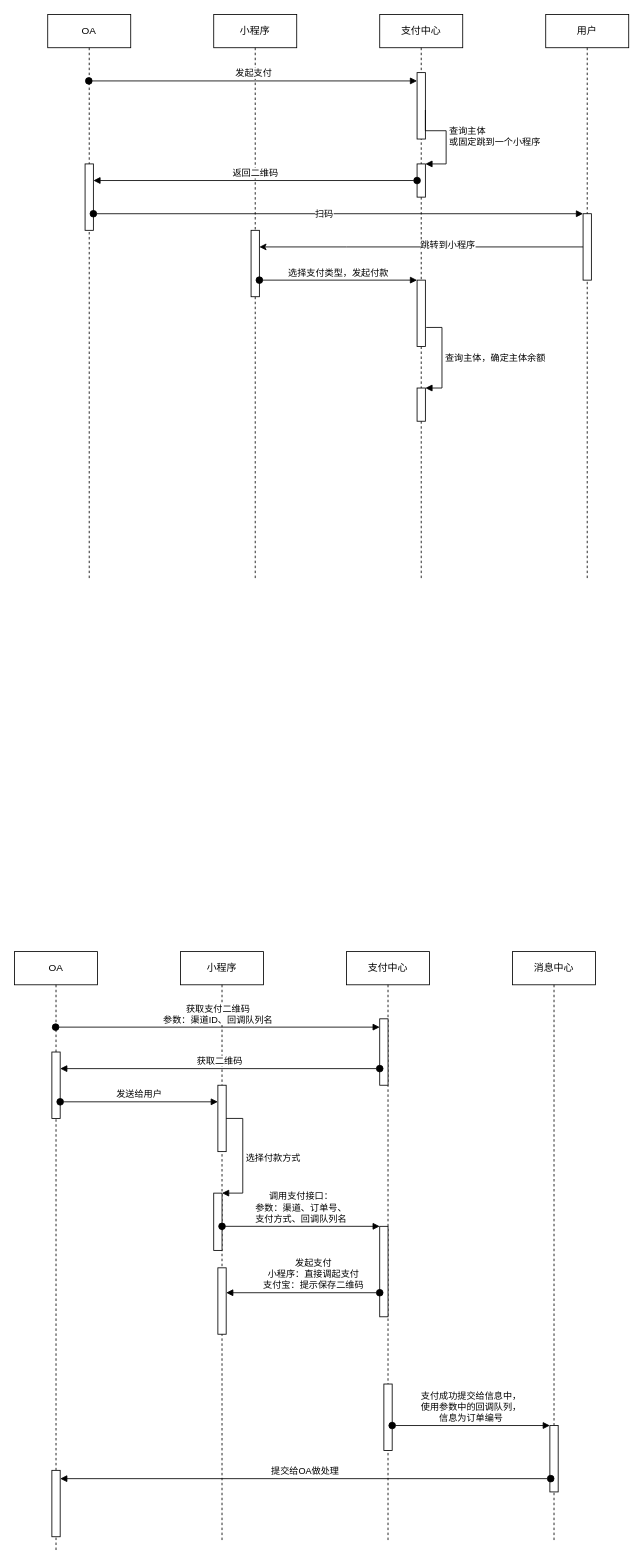
Earlier version of the draw.io diagram 未命名绘图.drawio (canonnk/draw.io.repository). Source tidied: cells renumbered, new cells numbered last; positions are measured from the earlier drawing's top-left corner, leaving out a move shared by most shapes. Both pictures are drawn from the tidied source at 83%, with x=0, y=0 at pixel (14, 14).
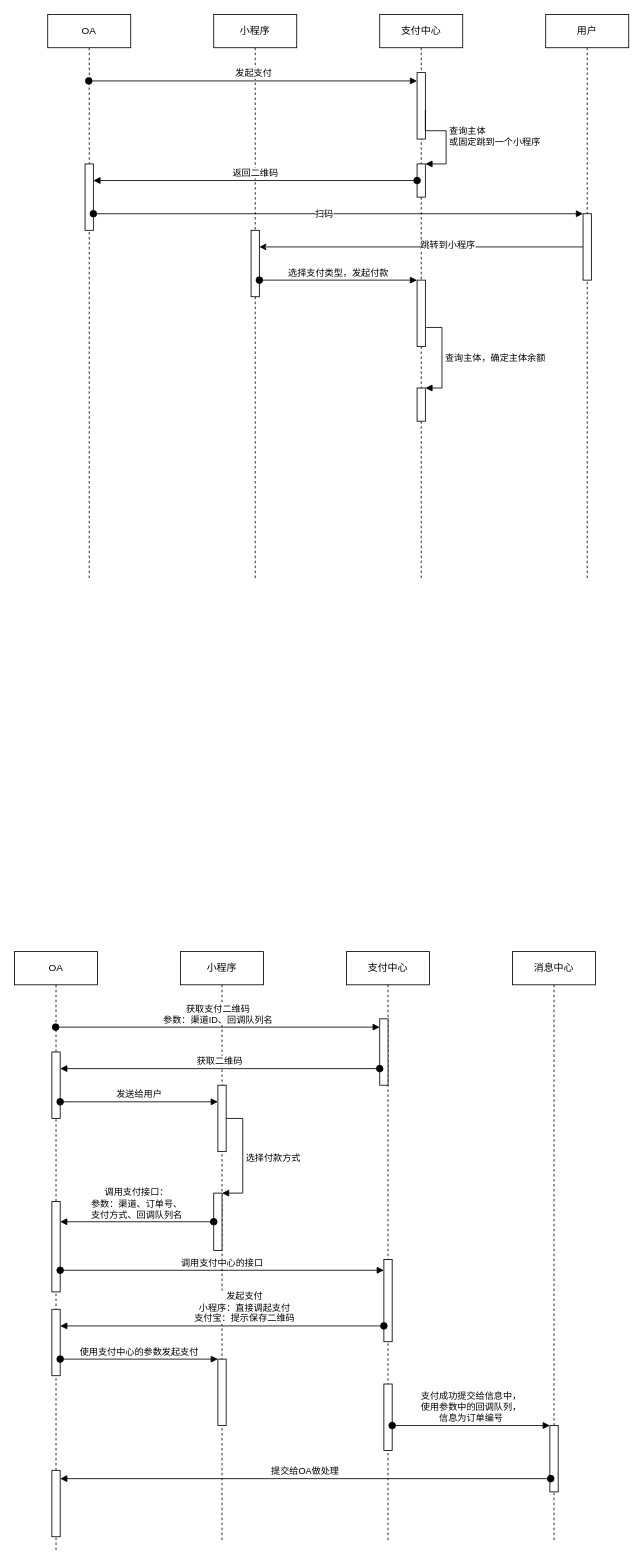
The same page after the edit.

Unchanged cells that the change refers to:
```xml
<mxCell id="22" value="OA" style="shape=umlLifeline;perimeter=lifelinePerimeter;whiteSpace=wrap;html=1;outlineConnect=0;" parent="1" vertex="1">
  <mxGeometry y="1129" width="100" height="721" as="geometry" />
</mxCell>
<mxCell id="25" value="小程序" style="shape=umlLifeline;perimeter=lifelinePerimeter;whiteSpace=wrap;html=1;" parent="1" vertex="1">
  <mxGeometry x="200" y="1129" width="100" height="711" as="geometry" />
</mxCell>
<mxCell id="30" value="支付中心" style="shape=umlLifeline;perimeter=lifelinePerimeter;whiteSpace=wrap;html=1;" parent="1" vertex="1">
  <mxGeometry x="400" y="1129" width="100" height="711" as="geometry" />
</mxCell>
```

The edit, as a diff of the source:
```diff
@@
+    <mxCell id="32" style="html=1;points=[];perimeter=orthogonalPerimeter;" parent="22" vertex="1">
+      <mxGeometry x="45" y="301" width="10" height="109" as="geometry" />
+    </mxCell>
+    <mxCell id="29" style="html=1;points=[];perimeter=orthogonalPerimeter;" parent="22" vertex="1">
+      <mxGeometry x="45" y="431" width="10" height="80" as="geometry" />
+    </mxCell>
@@
-    <mxCell id="29" style="html=1;points=[];perimeter=orthogonalPerimeter;" parent="25" vertex="1">
-      <mxGeometry x="45" y="381" width="10" height="80" as="geometry" />
-    </mxCell>
+    <mxCell id="43" style="html=1;points=[];perimeter=orthogonalPerimeter;" parent="25" vertex="1">
+      <mxGeometry x="45" y="491" width="10" height="80" as="geometry" />
+    </mxCell>
@@
-    <mxCell id="32" style="html=1;points=[];perimeter=orthogonalPerimeter;" parent="30" vertex="1">
-      <mxGeometry x="40" y="331" width="10" height="109" as="geometry" />
-    </mxCell>
@@
+    <mxCell id="44" style="html=1;points=[];perimeter=orthogonalPerimeter;" parent="30" vertex="1">
+      <mxGeometry x="45" y="371" width="10" height="99" as="geometry" />
+    </mxCell>
@@
-    <mxCell id="40" value="发起支付&lt;br&gt;小程序：直接调起支付&lt;br&gt;支付宝：提示保存二维码" style="html=1;verticalAlign=bottom;startArrow=oval;endArrow=block;startSize=8;rounded=0;" parent="1" edge="1" source="32" target="29">
+    <mxCell id="40" value="发起支付&lt;br&gt;小程序：直接调起支付&lt;br&gt;支付宝：提示保存二维码" style="html=1;verticalAlign=bottom;startArrow=oval;endArrow=block;startSize=8;rounded=0;" parent="1" edge="1" source="44" target="29">
       <mxGeometry x="-0.14" relative="1" as="geometry">
         <Array as="points">
-          <mxPoint x="350" y="1540" />
+          <mxPoint x="320" y="1580" />
         </Array>
       </mxGeometry>
     </mxCell>
@@
+    <mxCell id="45" value="调用支付中心的接口" style="html=1;verticalAlign=bottom;startArrow=oval;endArrow=block;startSize=8;rounded=0;exitX=1;exitY=0.761;exitDx=0;exitDy=0;exitPerimeter=0;" parent="1" edge="1" source="32" target="44">
+      <mxGeometry relative="1" as="geometry" />
+    </mxCell>
+    <mxCell id="46" value="使用支付中心的参数发起支付" style="html=1;verticalAlign=bottom;startArrow=oval;endArrow=block;startSize=8;rounded=0;" parent="1" edge="1" source="29" target="43">
+      <mxGeometry relative="1" as="geometry" />
+    </mxCell>
```
